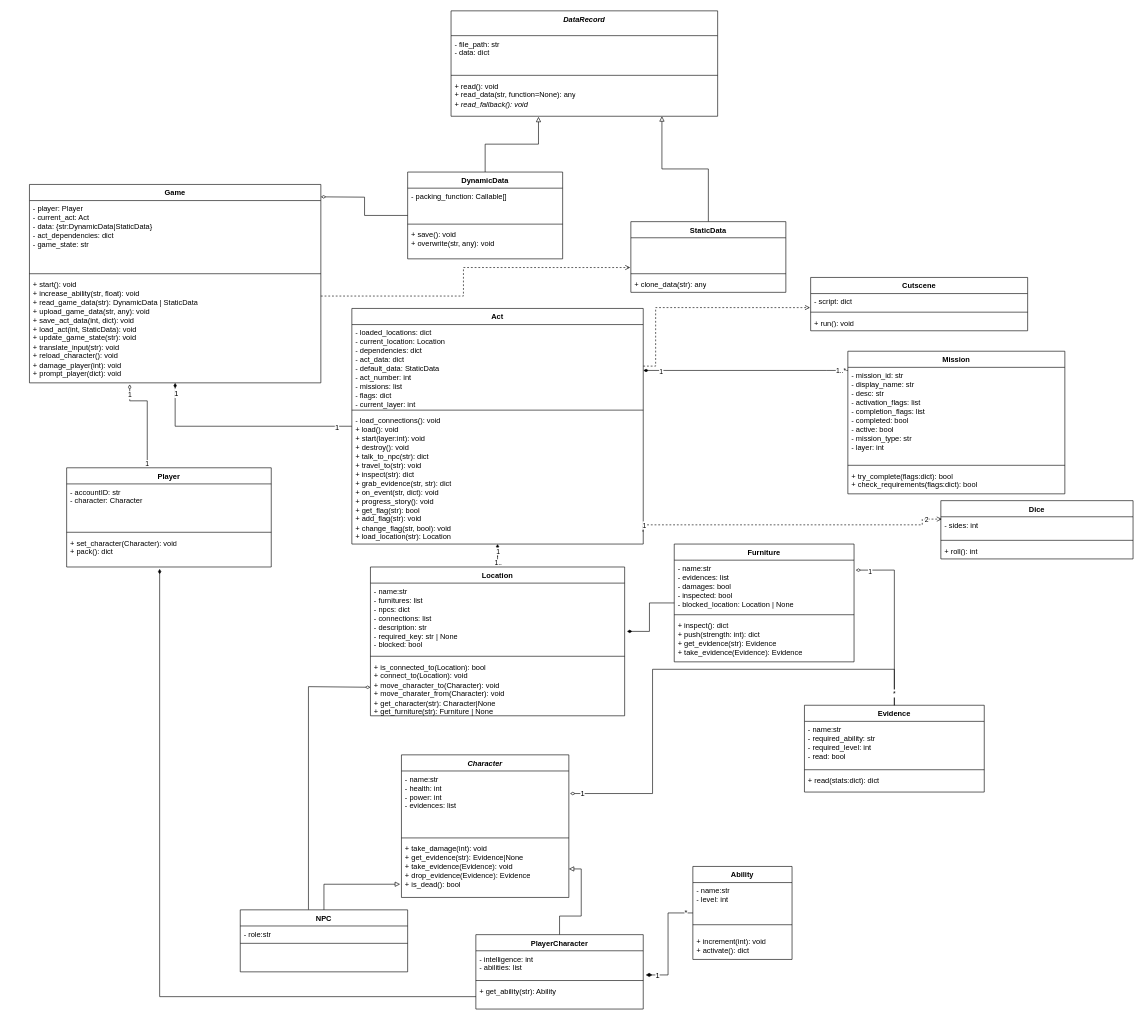
Earlier version of the draw.io diagram page "CLASS" (1 of 2) of dev_files/UML_Diagram.drawio (Engenheiro87/ProjetoOOP_RPG-GAME). Source tidied: cells renumbered, new cells numbered last; positions are measured from the earlier drawing's top-left corner, leaving out a move shared by most shapes. Both pictures are drawn from the tidied source at 62%, with x=0, y=0 at pixel (29, 11).
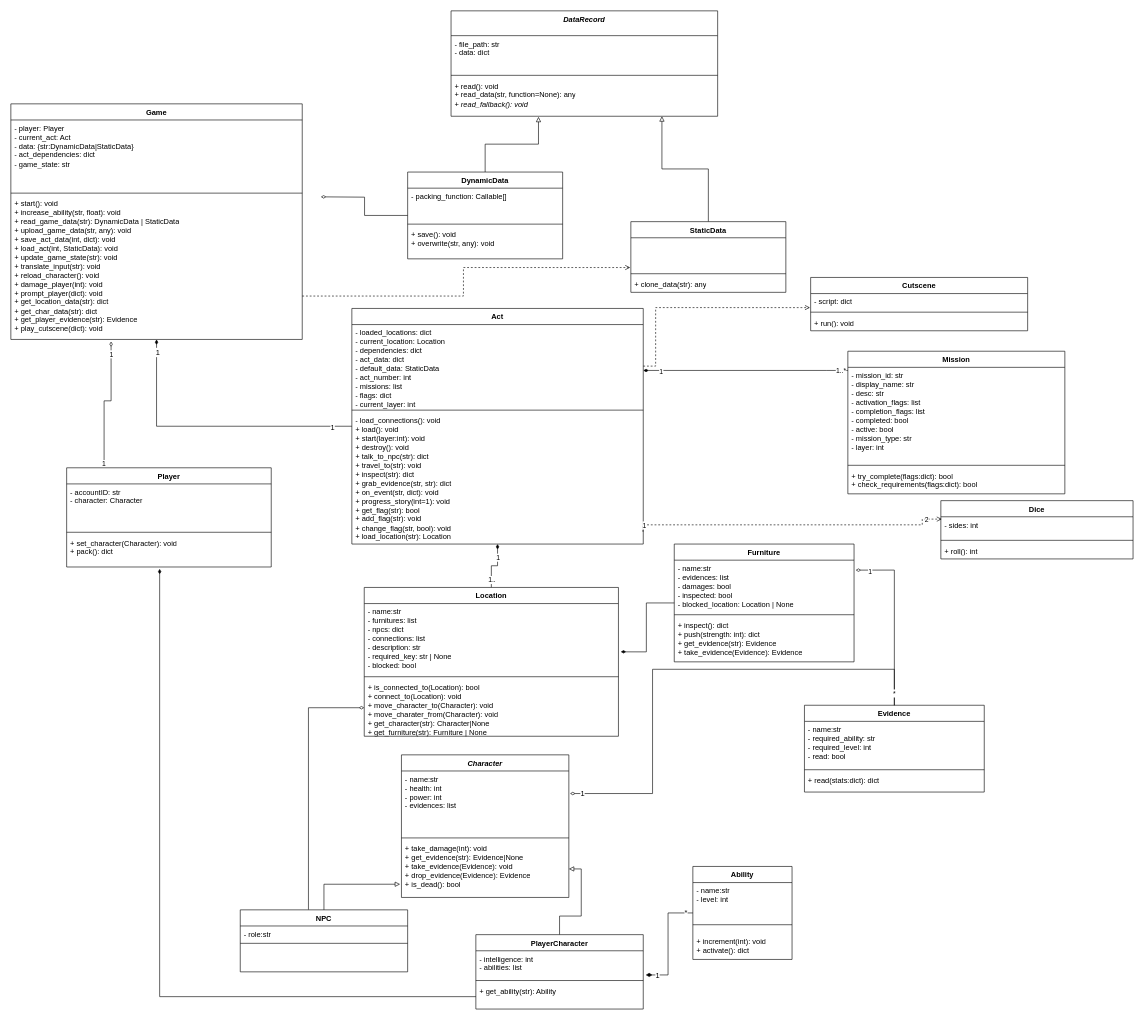
Above is the later version.

Commit message (it also covers changes not shown here):
cutscene prototype

Unchanged cells that the change refers to:
```xml
<mxCell id="7" value="NPC" style="swimlane;fontStyle=1;align=center;verticalAlign=top;horizontal=1;startSize=26;whiteSpace=wrap;html=1;fillColor=default;" parent="1" vertex="1">
  <mxGeometry x="340" y="1450" width="270" height="100" as="geometry" />
</mxCell>
<mxCell id="22" value="+ is_connected_to(Location): bool&lt;div&gt;+ connect_to(Location): void&lt;/div&gt;&lt;div&gt;+ move_character_to(Character): void&lt;/div&gt;&lt;div&gt;+ move_charater_from(Character): void&lt;/div&gt;&lt;div&gt;+ get_character(str): Character|None&lt;/div&gt;&lt;div&gt;+ get_furniture(str): Furniture | None&lt;/div&gt;" style="text;strokeColor=none;fillColor=none;align=left;verticalAlign=top;spacingLeft=4;spacingRight=4;overflow=hidden;points=[[0,0.5],[1,0.5]];portConstraint=eastwest;whiteSpace=wrap;html=1;" parent="19" vertex="1">
  <mxGeometry y="148" width="410" height="92" as="geometry" />
</mxCell>
<mxCell id="33" value="Player" style="swimlane;fontStyle=1;align=center;verticalAlign=top;horizontal=1;startSize=26;whiteSpace=wrap;html=1;" parent="1" vertex="1">
  <mxGeometry x="60" y="737" width="330" height="160" as="geometry" />
</mxCell>
<mxCell id="53" value="Act" style="swimlane;fontStyle=1;align=center;verticalAlign=top;horizontal=1;startSize=26;whiteSpace=wrap;html=1;" parent="1" vertex="1">
  <mxGeometry x="520" y="480" width="470" height="380" as="geometry" />
</mxCell>
```

The edit, as a diff of the source:
```diff
@@
     <mxCell id="6" style="edgeStyle=orthogonalEdgeStyle;rounded=0;jettySize=auto;html=1;entryX=0;entryY=0.5;entryDx=0;entryDy=0;endArrow=diamondThin;endFill=0;" parent="1" edge="1" source="7" target="22">
       <mxGeometry relative="1" as="geometry">
         <Array as="points">
-          <mxPoint x="450" y="1090" />
-          <mxPoint x="550" y="1090" />
+          <mxPoint x="450" y="1124" />
         </Array>
       </mxGeometry>
     </mxCell>
@@
     <mxCell id="19" value="Location" style="swimlane;fontStyle=1;align=center;verticalAlign=top;horizontal=1;startSize=26;whiteSpace=wrap;html=1;" parent="1" vertex="1">
-      <mxGeometry x="550" y="897" width="410" height="240" as="geometry" />
+      <mxGeometry x="540" y="930" width="410" height="240" as="geometry" />
     </mxCell>
@@
     <mxCell id="23" value="Game" style="swimlane;fontStyle=1;align=center;verticalAlign=top;horizontal=1;startSize=26;whiteSpace=wrap;html=1;" parent="1" vertex="1">
-      <mxGeometry y="280" width="470" height="320" as="geometry" />
+      <mxGeometry x="-30" y="150" width="470" height="380" as="geometry" />
     </mxCell>
@@
-    <mxCell id="26" value="&lt;div&gt;+ start(): void&lt;/div&gt;&lt;div&gt;+ increase_ability(str, float): void&lt;/div&gt;&lt;div&gt;+ read_game_data(str): DynamicData | StaticData&lt;/div&gt;&lt;div&gt;+ upload_game_data(str, any): void&lt;/div&gt;&lt;div&gt;+ save_act_data(int, dict): void&lt;/div&gt;&lt;div&gt;+ load_act(int, StaticData): void&lt;/div&gt;&lt;div&gt;+ update_game_state(str): void&lt;/div&gt;&lt;div&gt;+ translate_input(str): void&lt;/div&gt;&lt;div&gt;+ reload_character(): void&lt;/div&gt;&lt;div&gt;+ damage_player(int): void&lt;/div&gt;&lt;div&gt;+ prompt_player(dict): void&lt;/div&gt;" style="text;strokeColor=none;fillColor=none;align=left;verticalAlign=top;spacingLeft=4;spacingRight=4;overflow=hidden;points=[[0,0.5],[1,0.5]];portConstraint=eastwest;whiteSpace=wrap;html=1;" parent="23" vertex="1">
-      <mxGeometry y="148" width="470" height="172" as="geometry" />
+    <mxCell id="26" value="&lt;div&gt;+ start(): void&lt;/div&gt;&lt;div&gt;+ increase_ability(str, float): void&lt;/div&gt;&lt;div&gt;+ read_game_data(str): DynamicData | StaticData&lt;/div&gt;&lt;div&gt;+ upload_game_data(str, any): void&lt;/div&gt;&lt;div&gt;+ save_act_data(int, dict): void&lt;/div&gt;&lt;div&gt;+ load_act(int, StaticData): void&lt;/div&gt;&lt;div&gt;+ update_game_state(str): void&lt;/div&gt;&lt;div&gt;+ translate_input(str): void&lt;/div&gt;&lt;div&gt;+ reload_character(): void&lt;/div&gt;&lt;div&gt;+ damage_player(int): void&lt;/div&gt;&lt;div&gt;+ prompt_player(dict): void&lt;/div&gt;&lt;div&gt;+ get_location_data(str): dict&lt;/div&gt;&lt;div&gt;+ get_char_data(str): dict&lt;/div&gt;&lt;div&gt;+ get_player_evidence(str): Evidence&lt;/div&gt;&lt;div&gt;+ play_cutscene(dict): void&lt;/div&gt;" style="text;strokeColor=none;fillColor=none;align=left;verticalAlign=top;spacingLeft=4;spacingRight=4;overflow=hidden;points=[[0,0.5],[1,0.5]];portConstraint=eastwest;whiteSpace=wrap;html=1;" parent="23" vertex="1">
+      <mxGeometry y="148" width="470" height="232" as="geometry" />
     </mxCell>
@@
-    <mxCell id="30" style="edgeStyle=orthogonalEdgeStyle;rounded=0;jettySize=auto;html=1;entryX=0.344;entryY=1.014;entryDx=0;entryDy=0;entryPerimeter=0;endArrow=diamondThin;endFill=0;" parent="1" edge="1" source="33" target="26">
+    <mxCell id="30" style="edgeStyle=orthogonalEdgeStyle;rounded=0;jettySize=auto;html=1;entryX=0.344;entryY=1.014;entryDx=0;entryDy=0;entryPerimeter=0;endArrow=diamondThin;endFill=0;exitX=0.183;exitY=0.016;exitDx=0;exitDy=0;exitPerimeter=0;" parent="1" edge="1" source="33" target="26">
       <mxGeometry relative="1" as="geometry">
         <Array as="points">
-          <mxPoint x="190" y="629" />
-          <mxPoint x="162" y="629" />
+          <mxPoint x="120" y="629" />
+          <mxPoint x="132" y="629" />
         </Array>
       </mxGeometry>
     </mxCell>
@@
-    <mxCell id="56" value="&lt;div&gt;- load_connections(): void&lt;/div&gt;&lt;div&gt;+ load(): void&lt;/div&gt;&lt;div&gt;+ start(layer:int): void&lt;/div&gt;&lt;div&gt;+ destroy(): void&lt;/div&gt;&lt;div&gt;+ talk_to_npc(str): dict&lt;/div&gt;&lt;div&gt;+ travel_to(str): void&lt;/div&gt;&lt;div&gt;+ inspect(str): dict&lt;/div&gt;&lt;div&gt;+ grab_evidence(str, str): dict&lt;/div&gt;&lt;div&gt;+ on_event(str, dict): void&lt;/div&gt;&lt;div&gt;+ progress_story(): void&lt;/div&gt;&lt;div&gt;+ get_flag(str): bool&lt;/div&gt;&lt;div&gt;+ add_flag(str): void&lt;/div&gt;&lt;div&gt;+ change_flag(str, bool): void&lt;/div&gt;&lt;div&gt;+ load_location(str): Location&lt;/div&gt;" style="text;strokeColor=none;fillColor=none;align=left;verticalAlign=top;spacingLeft=4;spacingRight=4;overflow=hidden;points=[[0,0.5],[1,0.5]];portConstraint=eastwest;whiteSpace=wrap;html=1;" parent="53" vertex="1">
+    <mxCell id="56" value="&lt;div&gt;- load_connections(): void&lt;/div&gt;&lt;div&gt;+ load(): void&lt;/div&gt;&lt;div&gt;+ start(layer:int): void&lt;/div&gt;&lt;div&gt;+ destroy(): void&lt;/div&gt;&lt;div&gt;+ talk_to_npc(str): dict&lt;/div&gt;&lt;div&gt;+ travel_to(str): void&lt;/div&gt;&lt;div&gt;+ inspect(str): dict&lt;/div&gt;&lt;div&gt;+ grab_evidence(str, str): dict&lt;/div&gt;&lt;div&gt;+ on_event(str, dict): void&lt;/div&gt;&lt;div&gt;+ progress_story(int=1): void&lt;/div&gt;&lt;div&gt;+ get_flag(str): bool&lt;/div&gt;&lt;div&gt;+ add_flag(str): void&lt;/div&gt;&lt;div&gt;+ change_flag(str, bool): void&lt;/div&gt;&lt;div&gt;+ load_location(str): Location&lt;/div&gt;" style="text;strokeColor=none;fillColor=none;align=left;verticalAlign=top;spacingLeft=4;spacingRight=4;overflow=hidden;points=[[0,0.5],[1,0.5]];portConstraint=eastwest;whiteSpace=wrap;html=1;" parent="53" vertex="1">
       <mxGeometry y="168" width="470" height="212" as="geometry" />
     </mxCell>
```
